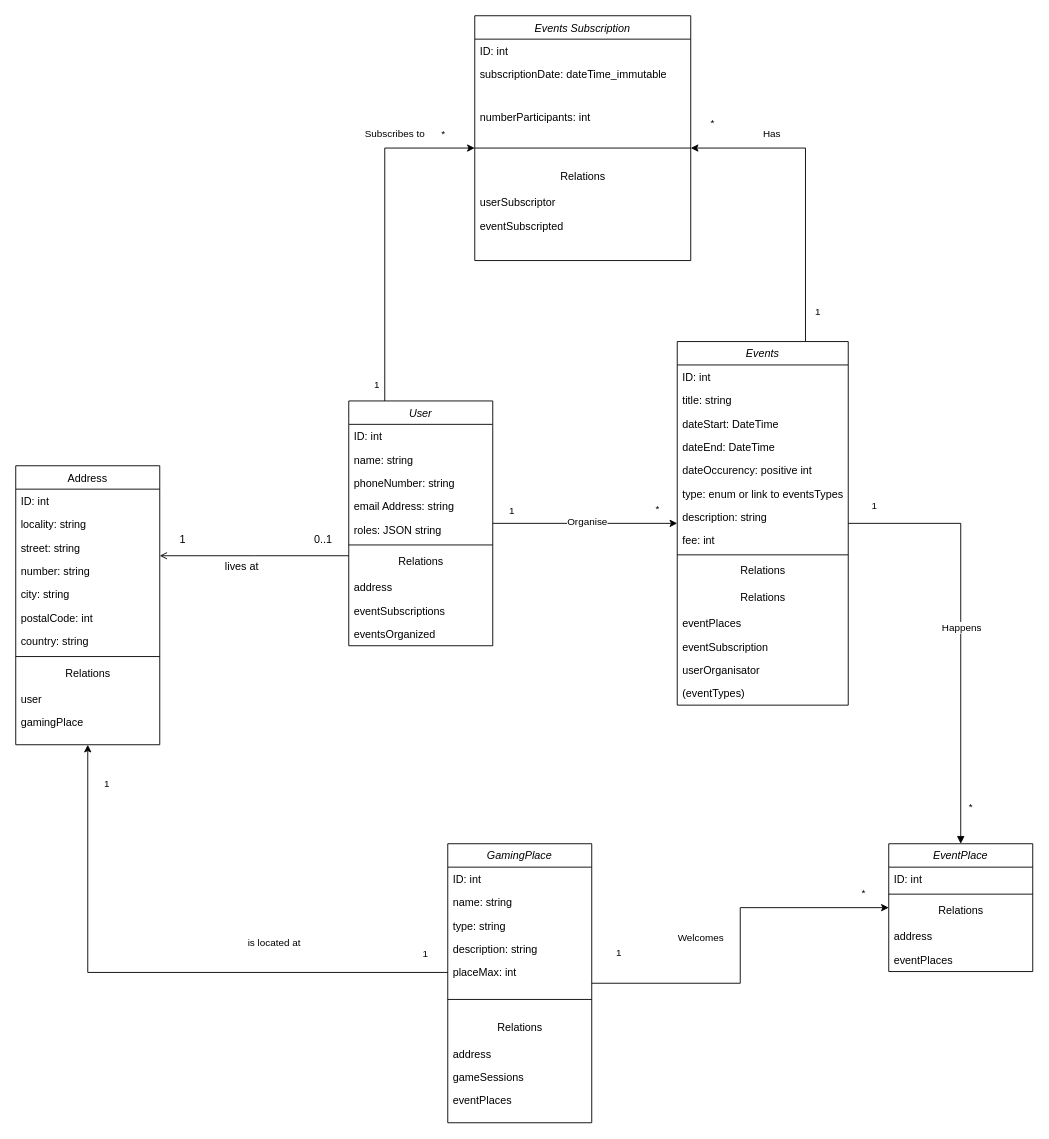
Earlier version of the draw.io diagram doc/diagrammes/MVP1UML.drawio (Dj3ni/I3_ProjetSymphony). Source tidied: cells renumbered, new cells numbered last; positions are measured from the earlier drawing's top-left corner, leaving out a move shared by most shapes. Both pictures are drawn from the tidied source at 90%, with x=0, y=0 at pixel (15, 15).
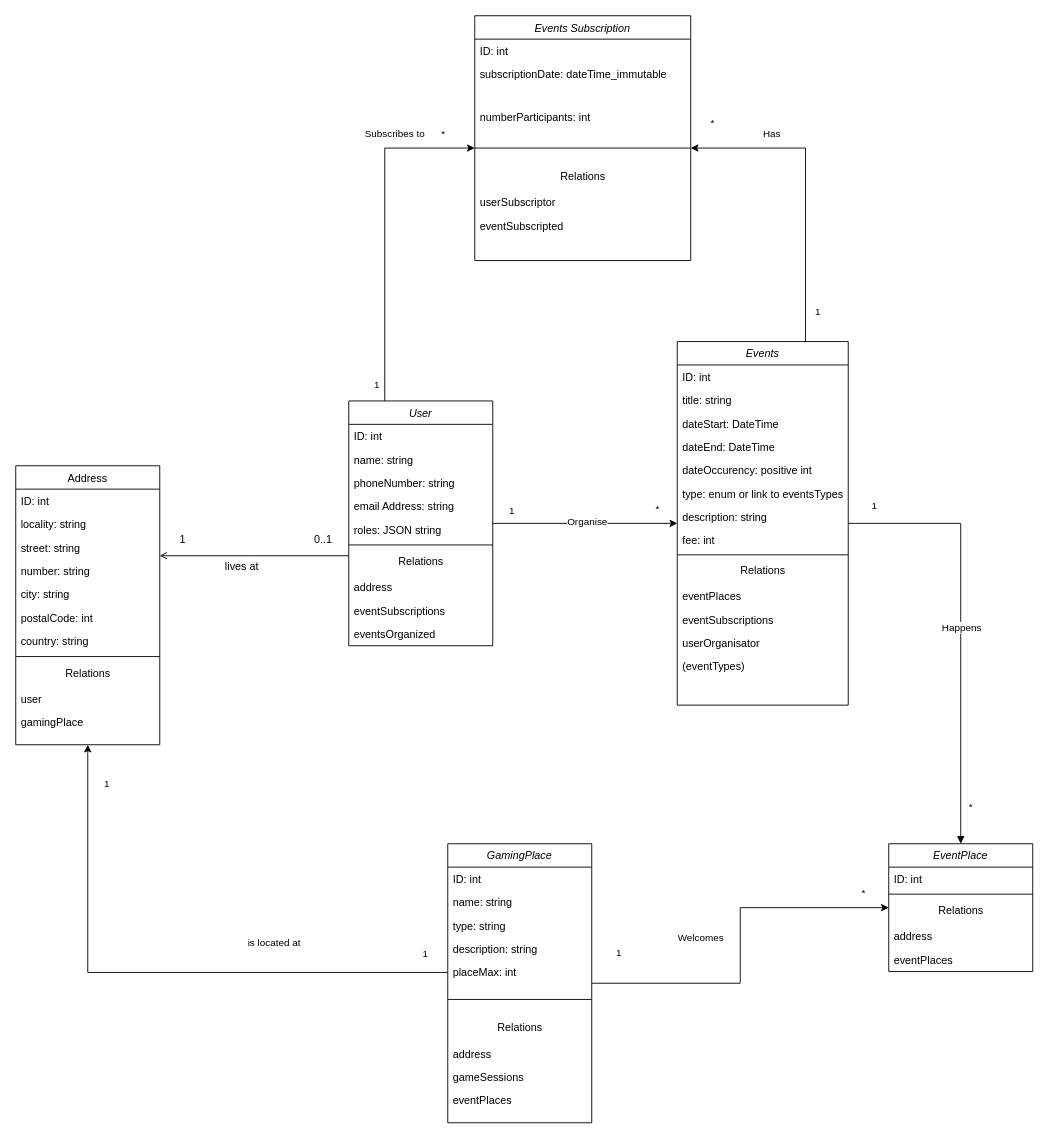
Above is the later version.

Commit message (it also covers changes not shown here):
remove and subscribe to event occurrences ok + new diagram with event occurrence entity

The change refers to these unchanged cells:
```xml
<mxCell id="36" value="Events" style="swimlane;fontStyle=2;align=center;verticalAlign=top;horizontal=1;startSize=26;rounded=0;shadow=0;strokeWidth=1;" parent="1" vertex="1">
  <mxGeometry x="735" y="362" width="190" height="404" as="geometry" />
</mxCell>
```

Diff of the diagram source:
```diff
@@
-    <mxCell id="47" value="Relations" style="text;html=1;align=center;verticalAlign=middle;strokeColor=none;fillColor=none;" parent="36" vertex="1">
-      <mxGeometry y="270" width="190" height="30" as="geometry" />
-    </mxCell>
     <mxCell id="48" value="eventPlaces" style="text;align=left;verticalAlign=top;spacingLeft=4;spacingRight=4;overflow=hidden;" parent="36" vertex="1">
-      <mxGeometry y="300" width="190" height="26" as="geometry" />
+      <mxGeometry y="270" width="190" height="26" as="geometry" />
     </mxCell>
-    <mxCell id="49" value="eventSubscription" style="text;align=left;verticalAlign=top;spacingLeft=4;spacingRight=4;overflow=hidden;" parent="36" vertex="1">
-      <mxGeometry y="326" width="190" height="26" as="geometry" />
+    <mxCell id="49" value="eventSubscriptions" style="text;align=left;verticalAlign=top;spacingLeft=4;spacingRight=4;overflow=hidden;" parent="36" vertex="1">
+      <mxGeometry y="296" width="190" height="26" as="geometry" />
     </mxCell>
     <mxCell id="50" value="userOrganisator" style="text;align=left;verticalAlign=top;spacingLeft=4;spacingRight=4;overflow=hidden;" parent="36" vertex="1">
-      <mxGeometry y="352" width="190" height="26" as="geometry" />
+      <mxGeometry y="322" width="190" height="26" as="geometry" />
     </mxCell>
     <mxCell id="51" value="(eventTypes)" style="text;align=left;verticalAlign=top;spacingLeft=4;spacingRight=4;overflow=hidden;" parent="36" vertex="1">
-      <mxGeometry y="378" width="190" height="26" as="geometry" />
+      <mxGeometry y="348" width="190" height="26" as="geometry" />
     </mxCell>
```
